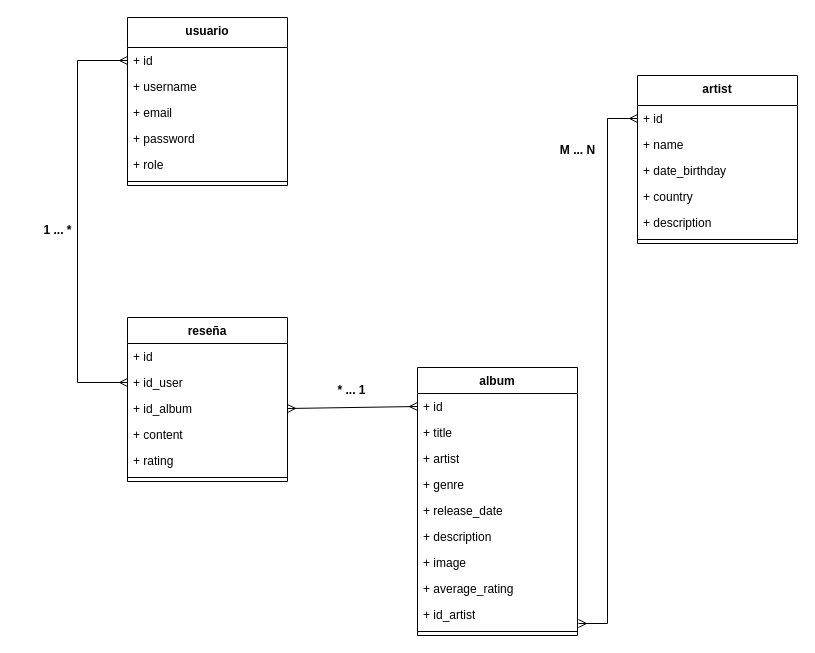
This is docs/MODELO_DE_DOMINIO.drawio from TPI-TUP/VinyLog, a draw.io file, before an edit. Source tidied: cells renumbered, new cells numbered last; positions are measured from the earlier drawing's top-left corner, leaving out a move shared by most shapes. Both pictures are drawn from the tidied source at 100%, with x=0, y=0 at pixel (17, 17).
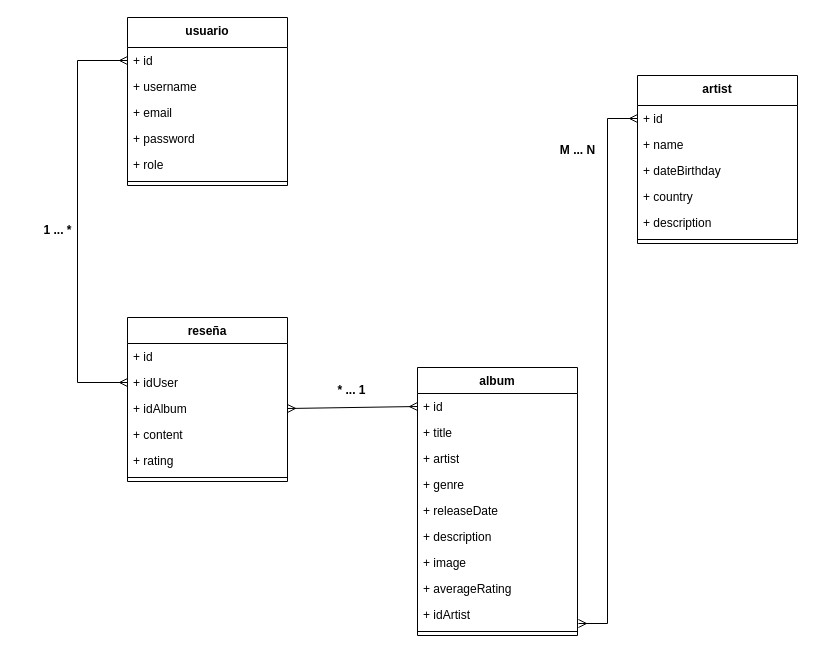
After the change.

The change refers to these unchanged cells:
```xml
<mxCell id="2" value="reseña" style="swimlane;fontStyle=1;align=center;verticalAlign=top;horizontal=1;startSize=26;whiteSpace=wrap;html=1;" parent="1" vertex="1">
  <mxGeometry x="110" y="300" width="160" height="164" as="geometry" />
</mxCell>
<mxCell id="16" value="album&lt;div&gt;&lt;br&gt;&lt;/div&gt;" style="swimlane;fontStyle=1;align=center;verticalAlign=top;horizontal=1;startSize=26;whiteSpace=wrap;html=1;" parent="1" vertex="1">
  <mxGeometry x="400" y="350" width="160" height="268" as="geometry" />
</mxCell>
<mxCell id="31" value="artist" style="swimlane;fontStyle=1;align=center;verticalAlign=top;horizontal=1;startSize=30;whiteSpace=wrap;html=1;" parent="1" vertex="1">
  <mxGeometry x="620" y="58" width="160" height="168" as="geometry" />
</mxCell>
```

Diff of the diagram source:
```diff
@@
-    <mxCell id="4" value="+ id_user" style="text;strokeColor=none;fillColor=none;align=left;verticalAlign=top;spacingLeft=4;spacingRight=4;overflow=hidden;points=[[0,0.5],[1,0.5]];portConstraint=eastwest;whiteSpace=wrap;html=1;" parent="2" vertex="1">
+    <mxCell id="4" value="+ idUser" style="text;strokeColor=none;fillColor=none;align=left;verticalAlign=top;spacingLeft=4;spacingRight=4;overflow=hidden;points=[[0,0.5],[1,0.5]];portConstraint=eastwest;whiteSpace=wrap;html=1;" parent="2" vertex="1">
       <mxGeometry y="52" width="160" height="26" as="geometry" />
     </mxCell>
-    <mxCell id="5" value="+ id_album" style="text;strokeColor=none;fillColor=none;align=left;verticalAlign=top;spacingLeft=4;spacingRight=4;overflow=hidden;points=[[0,0.5],[1,0.5]];portConstraint=eastwest;whiteSpace=wrap;html=1;" parent="2" vertex="1">
+    <mxCell id="5" value="+ idAlbum" style="text;strokeColor=none;fillColor=none;align=left;verticalAlign=top;spacingLeft=4;spacingRight=4;overflow=hidden;points=[[0,0.5],[1,0.5]];portConstraint=eastwest;whiteSpace=wrap;html=1;" parent="2" vertex="1">
       <mxGeometry y="78" width="160" height="26" as="geometry" />
     </mxCell>
@@
-    <mxCell id="21" value="+ release_date" style="text;strokeColor=none;fillColor=none;align=left;verticalAlign=top;spacingLeft=4;spacingRight=4;overflow=hidden;whiteSpace=wrap;html=1;" parent="16" vertex="1">
+    <mxCell id="21" value="+ releaseDate" style="text;strokeColor=none;fillColor=none;align=left;verticalAlign=top;spacingLeft=4;spacingRight=4;overflow=hidden;whiteSpace=wrap;html=1;" parent="16" vertex="1">
       <mxGeometry y="130" width="160" height="26" as="geometry" />
     </mxCell>
@@
-    <mxCell id="24" value="+ average_rating" style="text;strokeColor=none;fillColor=none;align=left;verticalAlign=top;spacingLeft=4;spacingRight=4;overflow=hidden;whiteSpace=wrap;html=1;" parent="16" vertex="1">
+    <mxCell id="24" value="+ averageRating" style="text;strokeColor=none;fillColor=none;align=left;verticalAlign=top;spacingLeft=4;spacingRight=4;overflow=hidden;whiteSpace=wrap;html=1;" parent="16" vertex="1">
       <mxGeometry y="208" width="160" height="26" as="geometry" />
     </mxCell>
-    <mxCell id="25" value="+ id_artist" style="text;strokeColor=none;fillColor=none;align=left;verticalAlign=top;spacingLeft=4;spacingRight=4;overflow=hidden;points=[[0,0.5],[1,0.5]];portConstraint=eastwest;whiteSpace=wrap;html=1;" parent="16" vertex="1">
+    <mxCell id="25" value="+ idArtist" style="text;strokeColor=none;fillColor=none;align=left;verticalAlign=top;spacingLeft=4;spacingRight=4;overflow=hidden;points=[[0,0.5],[1,0.5]];portConstraint=eastwest;whiteSpace=wrap;html=1;" parent="16" vertex="1">
       <mxGeometry y="234" width="160" height="26" as="geometry" />
     </mxCell>
@@
-    <mxCell id="34" value="+ date_birthday" style="text;strokeColor=none;fillColor=none;align=left;verticalAlign=top;spacingLeft=4;spacingRight=4;overflow=hidden;whiteSpace=wrap;html=1;" parent="31" vertex="1">
+    <mxCell id="34" value="+ dateBirthday" style="text;strokeColor=none;fillColor=none;align=left;verticalAlign=top;spacingLeft=4;spacingRight=4;overflow=hidden;whiteSpace=wrap;html=1;" parent="31" vertex="1">
       <mxGeometry y="82" width="160" height="26" as="geometry" />
     </mxCell>
```
